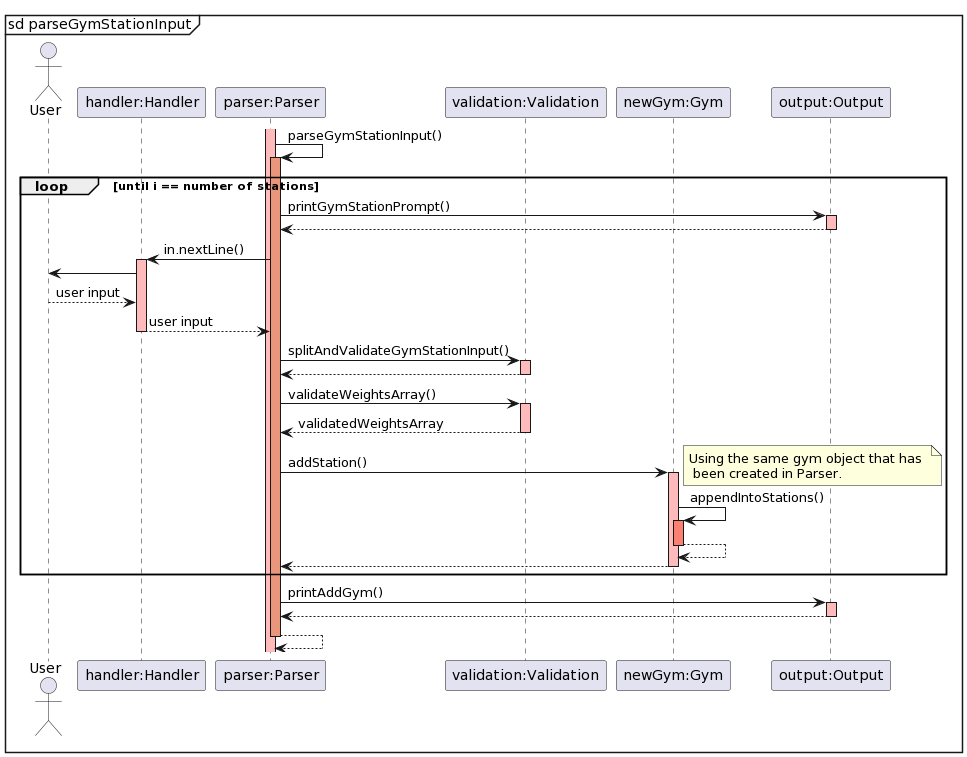
Earlier version of the PlantUML export docs/img/sequence_diagrams/gym_station_sequence_diagram.png (rouvinerh/tp).
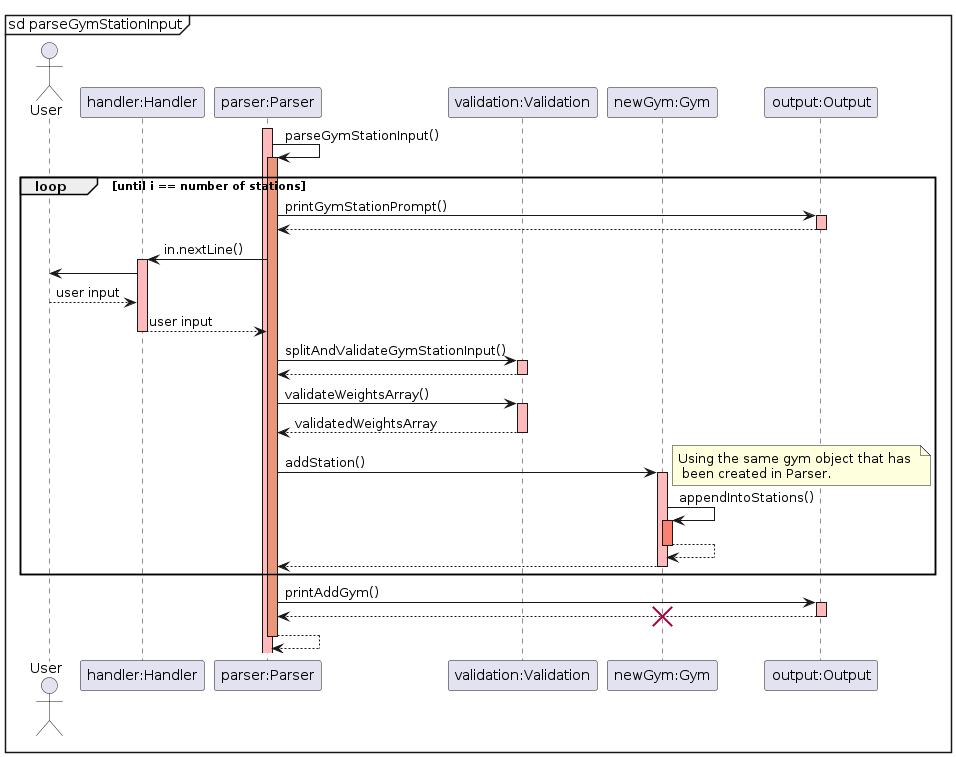
Later version of the same file.

Commit message:
add destroy for sequence diagrams

Change to the diagram source:
```diff
@@ -44,7 +44,8 @@
     Parser -> Output: printAddGym()
     activate Output #FFBBBB
     Output --> Parser:
+    destroy Gym
     deactivate Output
     Parser --> Parser :
-deactivate Parser #DarkSalmon
+    deactivate Parser #DarkSalmon
 @enduml
```
